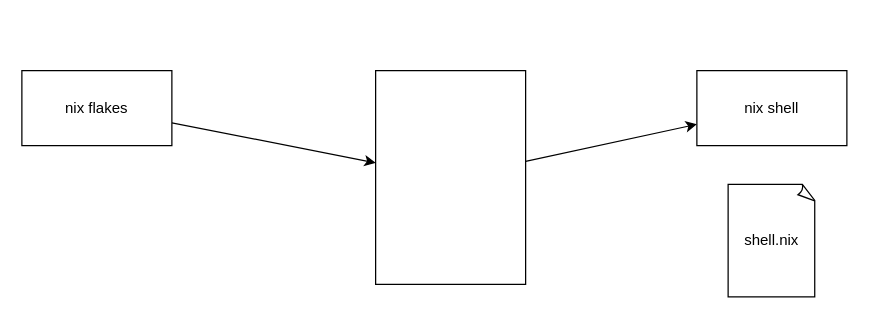
The draw.io diagram posts/coder-and-nix/static/nix_tooling.drawio in coder/blogs, before the edit. Source tidied: cells renumbered, new cells numbered last; positions are measured from the earlier drawing's top-left corner, leaving out a move shared by most shapes. Both pictures are drawn from the tidied source at 125%, with x=0, y=0 at pixel (21, 70).
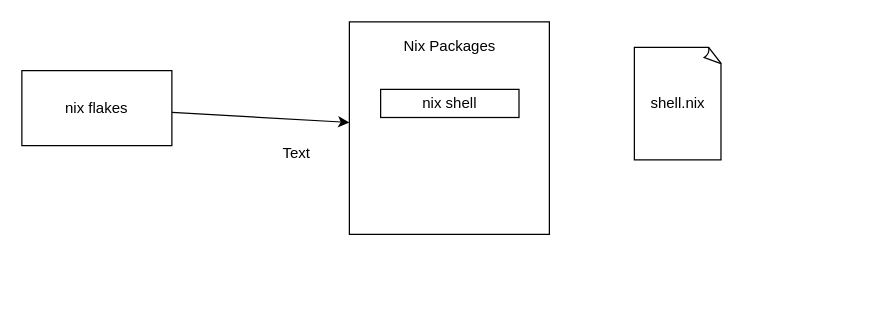
Above is the later version.

What changed in the source:
```diff
@@
 <mxGraphModel>
   <root>
     <mxCell id="0" />
     <mxCell id="1" parent="0" />
     <mxCell id="2" style="edgeStyle=none;html=1;" parent="1" edge="1" source="3" target="5">
       <mxGeometry relative="1" as="geometry" />
     </mxCell>
     <mxCell id="3" value="nix flakes" style="rounded=0;whiteSpace=wrap;html=1;" parent="1" vertex="1">
       <mxGeometry width="120" height="60" as="geometry" />
     </mxCell>
-    <mxCell id="4" style="edgeStyle=none;html=1;" parent="1" edge="1" source="5" target="6">
-      <mxGeometry relative="1" as="geometry" />
-    </mxCell>
+    <mxCell id="7" value="shell.nix" style="whiteSpace=wrap;html=1;shape=mxgraph.basic.document;" parent="1" vertex="1">
+      <mxGeometry x="490" y="-18.7" width="70" height="90" as="geometry" />
+    </mxCell>
+    <mxCell id="8" value="Text" style="text;html=1;strokeColor=none;fillColor=none;align=center;verticalAlign=middle;whiteSpace=wrap;rounded=0;" parent="1" vertex="1">
+      <mxGeometry x="190" y="51" width="60" height="30" as="geometry" />
+    </mxCell>
     <mxCell id="5" style="rounded=0;whiteSpace=wrap;html=1;" parent="1" vertex="1">
-      <mxGeometry x="283" width="120" height="171" as="geometry" />
+      <mxGeometry x="262" y="-39" width="160" height="170" as="geometry" />
     </mxCell>
     <mxCell id="6" value="nix shell" style="rounded=0;whiteSpace=wrap;html=1;" parent="1" vertex="1">
-      <mxGeometry x="540" width="120" height="60" as="geometry" />
+      <mxGeometry x="287" y="15" width="110.7" height="22.5" as="geometry" />
     </mxCell>
-    <mxCell id="7" value="shell.nix" style="whiteSpace=wrap;html=1;shape=mxgraph.basic.document;" parent="1" vertex="1">
-      <mxGeometry x="565" y="91" width="70" height="90" as="geometry" />
-    </mxCell>
+    <mxCell id="9" value="Nix Packages" style="text;html=1;strokeColor=none;fillColor=none;align=center;verticalAlign=middle;whiteSpace=wrap;rounded=0;" parent="1" vertex="1">
+      <mxGeometry x="262.7" y="-39" width="159.3" height="39.2" as="geometry" />
+    </mxCell>
   </root>
 </mxGraphModel>
```
